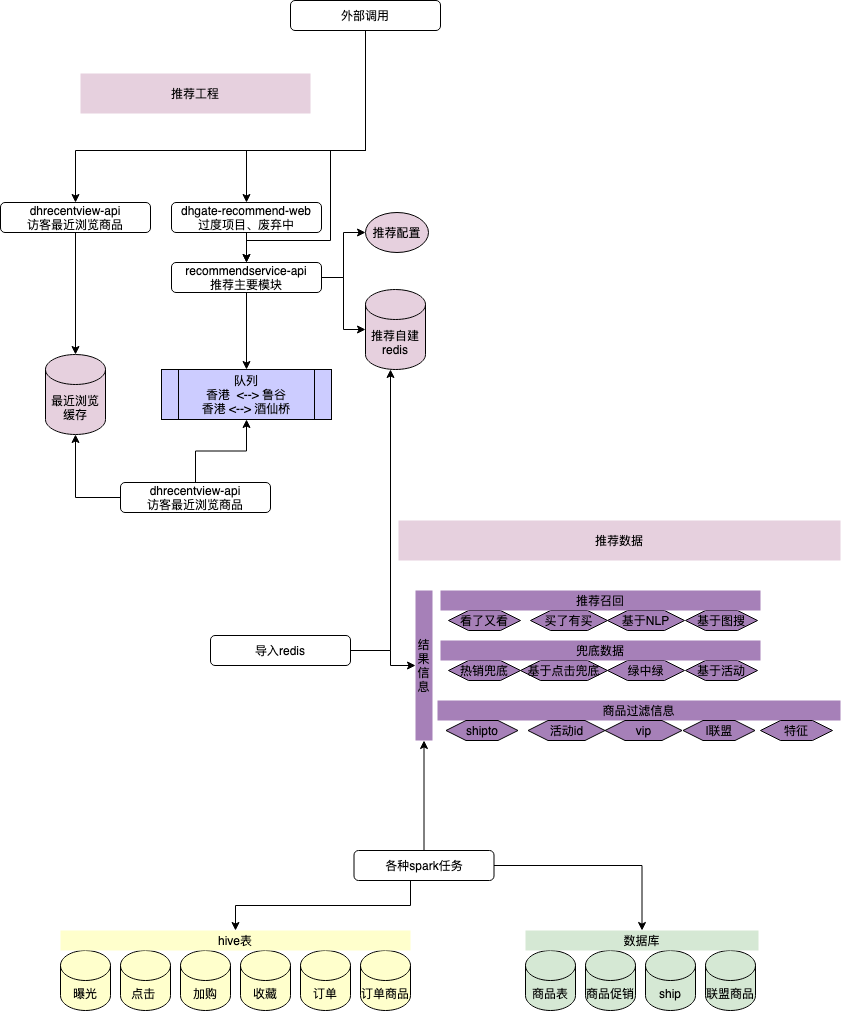
The draw.io diagram 推荐架构.png in larry88/spark_da, before a commit. Source tidied: cells renumbered, new cells last; positions are measured from the earlier drawing's top-left corner, leaving out a move shared by most shapes.
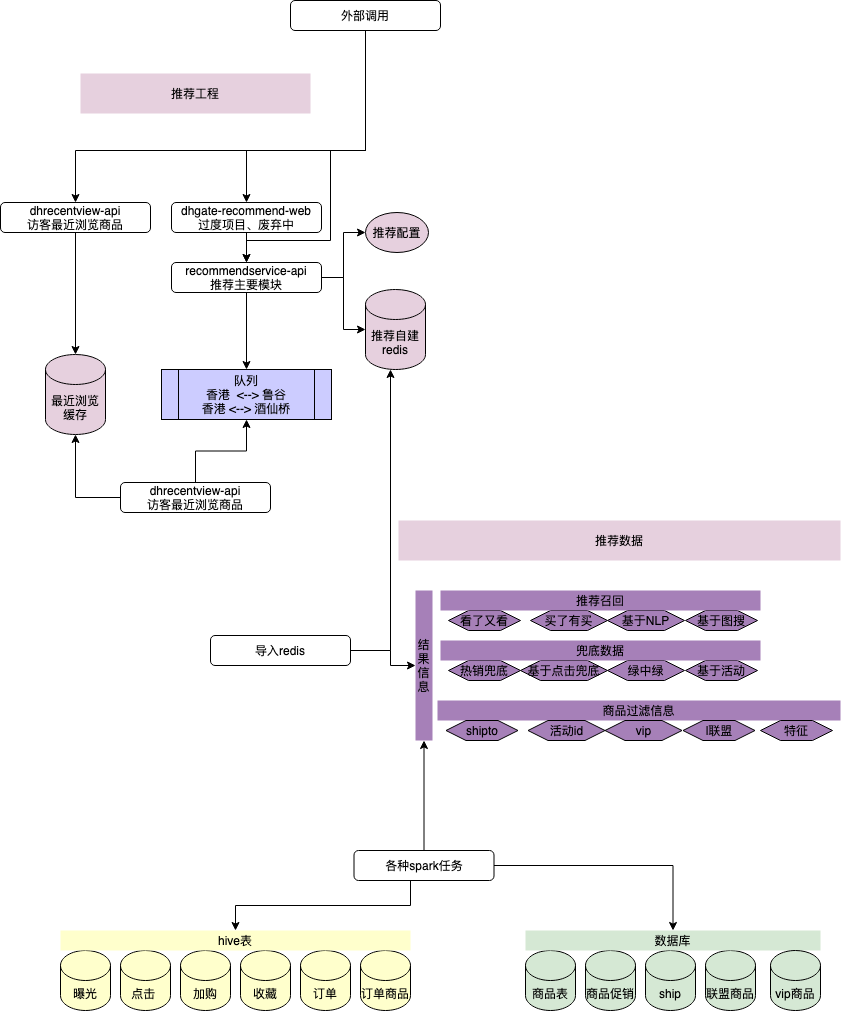
After the commit.

Commit message:
更新推荐架构.png

Diff of the diagram source:
```diff
@@ -114,7 +114,7 @@
       <mxGeometry x="290" width="150" height="30" as="geometry" />
     </mxCell>
     <mxCell id="33" value="数据库" style="text;html=1;strokeColor=none;align=center;verticalAlign=middle;whiteSpace=wrap;rounded=0;fillColor=#D5E8D4;" parent="1" vertex="1">
-      <mxGeometry x="525" y="930" width="233" height="20" as="geometry" />
+      <mxGeometry x="525" y="930" width="295" height="20" as="geometry" />
     </mxCell>
     <mxCell id="34" value="hive表" style="text;html=1;strokeColor=none;align=center;verticalAlign=middle;whiteSpace=wrap;rounded=0;fillColor=#FFFFCC;" parent="1" vertex="1">
       <mxGeometry x="60" y="930" width="350" height="20" as="geometry" />
@@ -202,5 +202,8 @@
     <mxCell id="58" value="各种spark任务" style="rounded=1;whiteSpace=wrap;html=1;" parent="1" vertex="1">
       <mxGeometry x="353.5" y="850" width="140" height="30" as="geometry" />
     </mxCell>
+    <mxCell id="59" value="vip商品" style="shape=cylinder3;whiteSpace=wrap;html=1;boundedLbl=1;backgroundOutline=1;size=15;fillColor=#D5E8D4;" parent="1" vertex="1">
+      <mxGeometry x="770" y="950" width="50" height="60" as="geometry" />
+    </mxCell>
   </root>
 </mxGraphModel>
```
